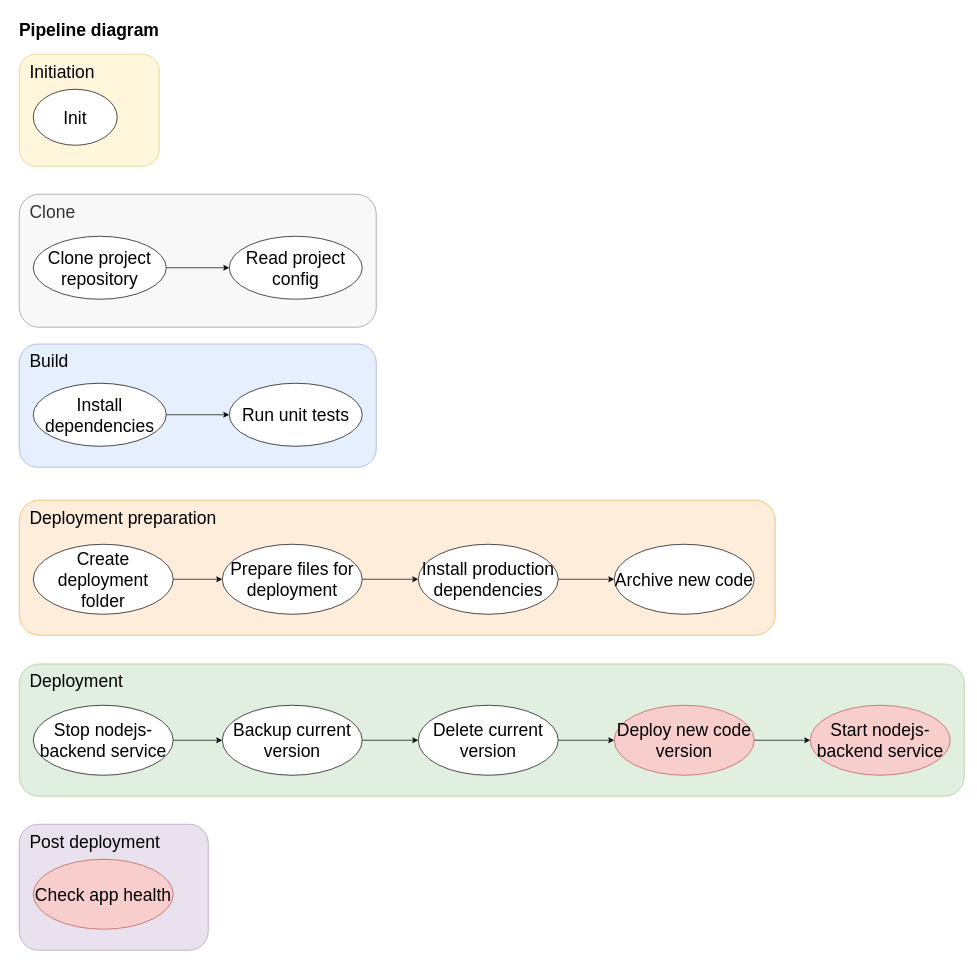
The draw.io diagram diagrams/pipeline-diagram.drawio in DomnMihai/jenkins-pipeline-tutorial__configuration, before the edit. Source tidied: cells renumbered, new cells numbered last; positions are measured from the earlier drawing's top-left corner, leaving out a move shared by most shapes. Both pictures are drawn from the tidied source at 70%, with x=0, y=0 at pixel (12, 12).
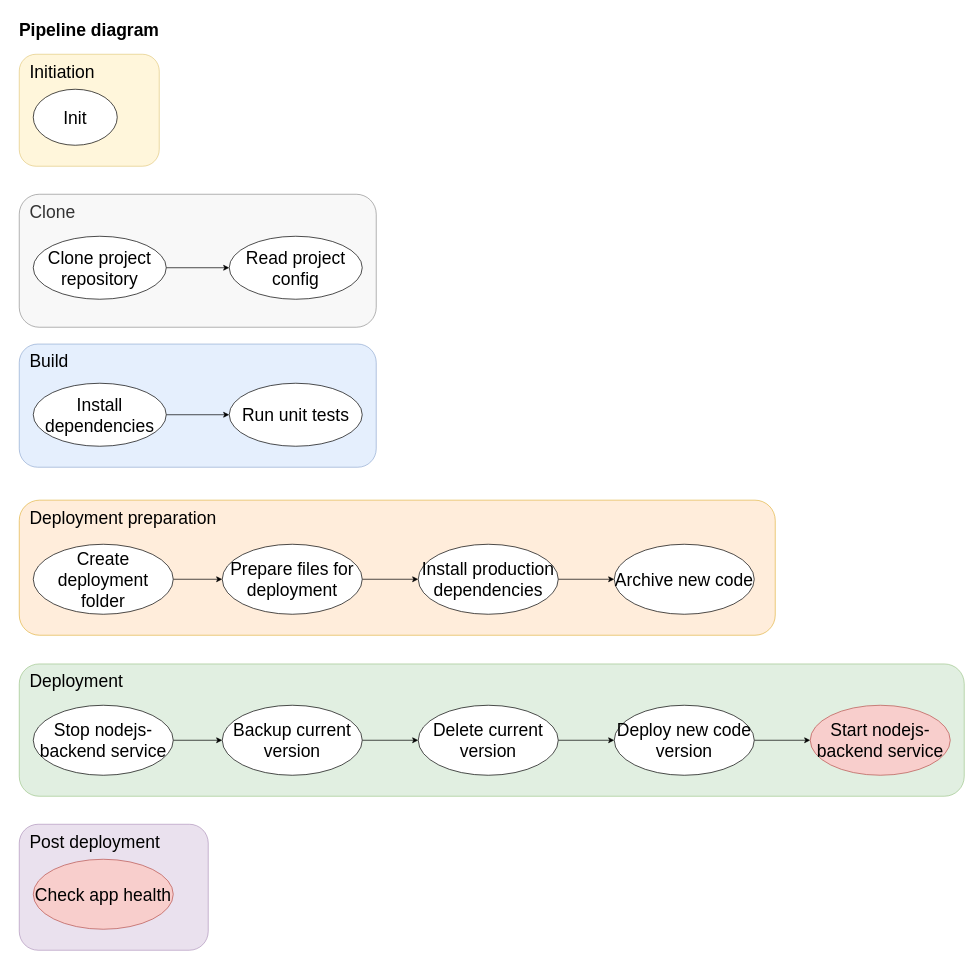
Above is the later version.

Commit message:
Updated diagram Deploy new code version

What changed in the source:
```diff
@@
-    <mxCell id="30" value="Deploy new code version" style="ellipse;whiteSpace=wrap;html=1;fontSize=25;fillColor=#f8cecc;strokeColor=#b85450;" parent="1" vertex="1">
+    <mxCell id="30" value="Deploy new code version" style="ellipse;whiteSpace=wrap;html=1;fontSize=25;" parent="1" vertex="1">
       <mxGeometry x="860" y="990" width="200" height="100" as="geometry" />
     </mxCell>
```
